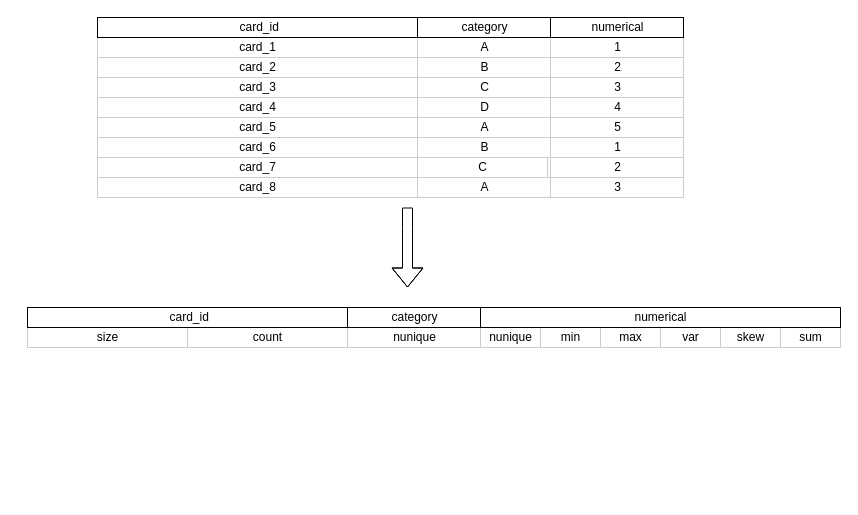
Before: assets/Aggregator.drawio in thinkinbig/lama, a draw.io diagram. Source tidied: cells renumbered, new cells numbered last; positions are measured from the earlier drawing's top-left corner, leaving out a move shared by most shapes. Both pictures are drawn from the tidied source at 100%, with x=0, y=0 at pixel (27, 17).
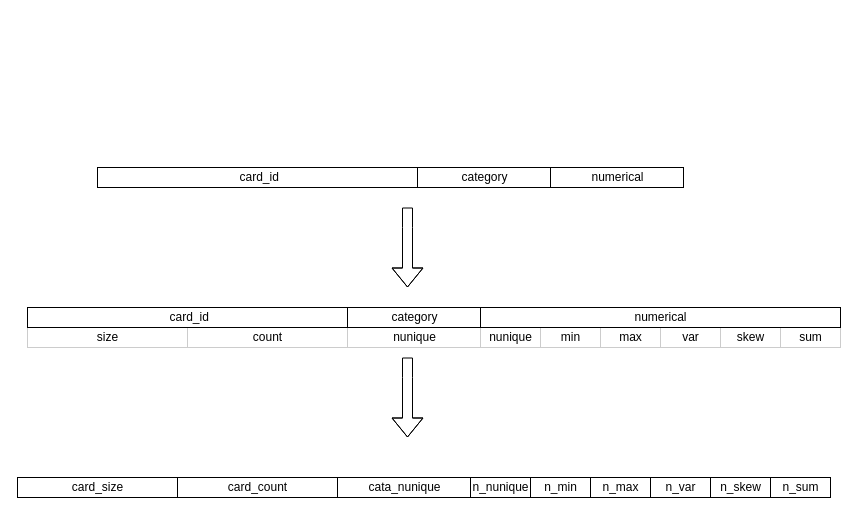
The same diagram, later.

Diff of the diagram source:
```diff
@@
-    <mxCell id="8" value="card_1" style="align=center;strokeColor=#CCCCCC;html=1;" parent="1" vertex="1">
-      <mxGeometry x="70" y="20" width="320" height="20" as="geometry" />
-    </mxCell>
-    <mxCell id="9" value="card_2" style="align=center;strokeColor=#CCCCCC;html=1;" parent="1" vertex="1">
-      <mxGeometry x="70" y="40" width="320" height="20" as="geometry" />
-    </mxCell>
-    <mxCell id="10" value="card_3" style="align=center;strokeColor=#CCCCCC;html=1;" parent="1" vertex="1">
-      <mxGeometry x="70" y="60" width="320" height="20" as="geometry" />
-    </mxCell>
-    <mxCell id="11" value="card_4" style="align=center;strokeColor=#CCCCCC;html=1;" parent="1" vertex="1">
-      <mxGeometry x="70" y="80" width="320" height="20" as="geometry" />
-    </mxCell>
-    <mxCell id="12" value="card_5" style="align=center;strokeColor=#CCCCCC;html=1;" parent="1" vertex="1">
-      <mxGeometry x="70" y="100" width="320" height="20" as="geometry" />
-    </mxCell>
-    <mxCell id="13" value="card_6" style="align=center;strokeColor=#CCCCCC;html=1;" parent="1" vertex="1">
-      <mxGeometry x="70" y="120" width="320" height="20" as="geometry" />
-    </mxCell>
     <mxCell id="14" value="&amp;nbsp;card_id" style="strokeWidth=1;fontStyle=0;html=1;" parent="1" vertex="1">
-      <mxGeometry x="70" width="320" height="20" as="geometry" />
+      <mxGeometry x="70" y="150" width="320" height="20" as="geometry" />
     </mxCell>
-    <mxCell id="15" value="card_7" style="align=center;strokeColor=#CCCCCC;html=1;" parent="1" vertex="1">
-      <mxGeometry x="70" y="140" width="320" height="20" as="geometry" />
-    </mxCell>
-    <mxCell id="16" value="card_8" style="align=center;strokeColor=#CCCCCC;html=1;" parent="1" vertex="1">
-      <mxGeometry x="70" y="160" width="320" height="20" as="geometry" />
-    </mxCell>
-    <mxCell id="17" value="A" style="align=center;strokeColor=#CCCCCC;html=1;" parent="1" vertex="1">
-      <mxGeometry x="390" y="20" width="133" height="20" as="geometry" />
-    </mxCell>
     <mxCell id="18" value="category" style="strokeWidth=1;fontStyle=0;html=1;" parent="1" vertex="1">
-      <mxGeometry x="390" width="133" height="20" as="geometry" />
+      <mxGeometry x="390" y="150" width="133" height="20" as="geometry" />
     </mxCell>
-    <mxCell id="19" value="B" style="align=center;strokeColor=#CCCCCC;html=1;" parent="1" vertex="1">
-      <mxGeometry x="390" y="40" width="133" height="20" as="geometry" />
-    </mxCell>
-    <mxCell id="20" value="C" style="align=center;strokeColor=#CCCCCC;html=1;" parent="1" vertex="1">
-      <mxGeometry x="390" y="60" width="133" height="20" as="geometry" />
-    </mxCell>
-    <mxCell id="21" value="D" style="align=center;strokeColor=#CCCCCC;html=1;" parent="1" vertex="1">
-      <mxGeometry x="390" y="80" width="133" height="20" as="geometry" />
-    </mxCell>
-    <mxCell id="22" value="A" style="align=center;strokeColor=#CCCCCC;html=1;" parent="1" vertex="1">
-      <mxGeometry x="390" y="100" width="133" height="20" as="geometry" />
-    </mxCell>
-    <mxCell id="23" value="B" style="align=center;strokeColor=#CCCCCC;html=1;" parent="1" vertex="1">
-      <mxGeometry x="390" y="120" width="133" height="20" as="geometry" />
-    </mxCell>
-    <mxCell id="24" value="C" style="align=center;strokeColor=#CCCCCC;html=1;" parent="1" vertex="1">
-      <mxGeometry x="390" y="140" width="130" height="20" as="geometry" />
-    </mxCell>
-    <mxCell id="25" value="A" style="align=center;strokeColor=#CCCCCC;html=1;" parent="1" vertex="1">
-      <mxGeometry x="390" y="160" width="133" height="20" as="geometry" />
-    </mxCell>
-    <mxCell id="26" value="1" style="align=center;strokeColor=#CCCCCC;html=1;" parent="1" vertex="1">
-      <mxGeometry x="523" y="120" width="133" height="20" as="geometry" />
-    </mxCell>
-    <mxCell id="27" value="2" style="align=center;strokeColor=#CCCCCC;html=1;" parent="1" vertex="1">
-      <mxGeometry x="523" y="40" width="133" height="20" as="geometry" />
-    </mxCell>
-    <mxCell id="28" value="3" style="align=center;strokeColor=#CCCCCC;html=1;" parent="1" vertex="1">
-      <mxGeometry x="523" y="60" width="133" height="20" as="geometry" />
-    </mxCell>
-    <mxCell id="29" value="4" style="align=center;strokeColor=#CCCCCC;html=1;" parent="1" vertex="1">
-      <mxGeometry x="523" y="80" width="133" height="20" as="geometry" />
-    </mxCell>
-    <mxCell id="30" value="5" style="align=center;strokeColor=#CCCCCC;html=1;" parent="1" vertex="1">
-      <mxGeometry x="523" y="100" width="133" height="20" as="geometry" />
-    </mxCell>
-    <mxCell id="31" value="1" style="align=center;strokeColor=#CCCCCC;html=1;" parent="1" vertex="1">
-      <mxGeometry x="523" y="20" width="133" height="20" as="geometry" />
-    </mxCell>
     <mxCell id="32" value="numerical" style="strokeWidth=1;fontStyle=0;html=1;" parent="1" vertex="1">
-      <mxGeometry x="523" width="133" height="20" as="geometry" />
+      <mxGeometry x="523" y="150" width="133" height="20" as="geometry" />
     </mxCell>
-    <mxCell id="33" value="2" style="align=center;strokeColor=#CCCCCC;html=1;" parent="1" vertex="1">
-      <mxGeometry x="523" y="140" width="133" height="20" as="geometry" />
-    </mxCell>
-    <mxCell id="34" value="3" style="align=center;strokeColor=#CCCCCC;html=1;" parent="1" vertex="1">
-      <mxGeometry x="523" y="160" width="133" height="20" as="geometry" />
-    </mxCell>
@@
+    <mxCell id="42" style="shape=flexArrow;endArrow=classic;html=1;rounded=0;" parent="1" edge="1">
+      <mxGeometry relative="1" as="geometry">
+        <mxPoint x="380" y="340" as="sourcePoint" />
+        <mxPoint x="380" y="420" as="targetPoint" />
+        <Array as="points">
+          <mxPoint x="380" y="360" />
+        </Array>
+      </mxGeometry>
+    </mxCell>
+    <mxCell id="43" value="card_size" style="strokeWidth=1;fontStyle=0;html=1;strokeColor=#000000;" parent="1" vertex="1">
+      <mxGeometry x="-10" y="460" width="160" height="20" as="geometry" />
+    </mxCell>
+    <mxCell id="44" value="card_count" style="strokeWidth=1;fontStyle=0;html=1;strokeColor=#000000;" parent="1" vertex="1">
+      <mxGeometry x="150" y="460" width="160" height="20" as="geometry" />
+    </mxCell>
+    <mxCell id="45" value="n_max" style="align=center;strokeColor=#000000;html=1;" parent="1" vertex="1">
+      <mxGeometry x="563" y="460" width="60" height="20" as="geometry" />
+    </mxCell>
+    <mxCell id="46" value="n_var" style="align=center;strokeColor=#000000;html=1;" parent="1" vertex="1">
+      <mxGeometry x="623" y="460" width="60" height="20" as="geometry" />
+    </mxCell>
+    <mxCell id="47" value="n_skew" style="align=center;strokeColor=#000000;html=1;" parent="1" vertex="1">
+      <mxGeometry x="683" y="460" width="60" height="20" as="geometry" />
+    </mxCell>
+    <mxCell id="48" value="n_sum" style="align=center;strokeColor=#000000;html=1;" parent="1" vertex="1">
+      <mxGeometry x="743" y="460" width="60" height="20" as="geometry" />
+    </mxCell>
+    <mxCell id="49" value="cata_nunique" style="align=center;strokeColor=#000000;html=1;" parent="1" vertex="1">
+      <mxGeometry x="310" y="460" width="133" height="20" as="geometry" />
+    </mxCell>
+    <mxCell id="50" value="n_nunique" style="align=center;strokeColor=#000000;html=1;" parent="1" vertex="1">
+      <mxGeometry x="443" y="460" width="60" height="20" as="geometry" />
+    </mxCell>
+    <mxCell id="51" value="n_min" style="align=center;strokeColor=#000000;html=1;" parent="1" vertex="1">
+      <mxGeometry x="503" y="460" width="60" height="20" as="geometry" />
+    </mxCell>
```
